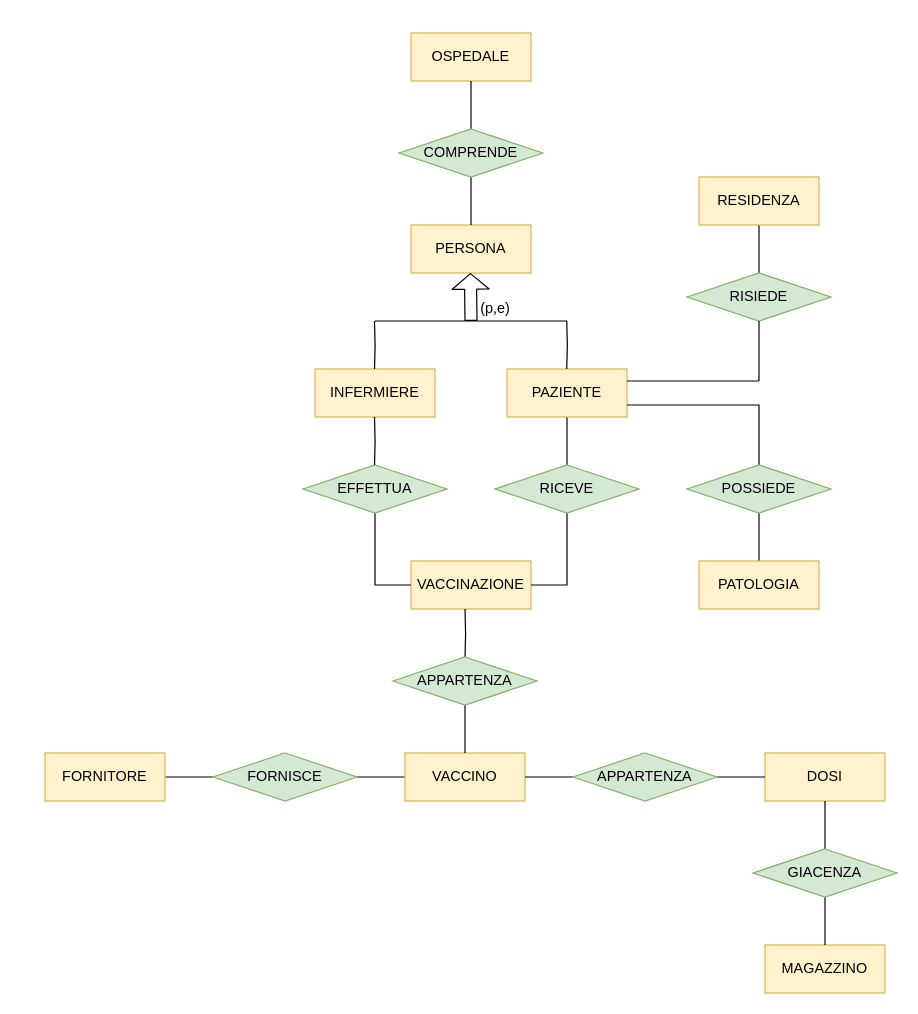
luigi-borriello00/Vaccinations-Tracker keeps this draw.io diagram as Diagrammi E-R/Schema finale.drawio. Above is the earlier version. Source tidied: cells renumbered, new cells numbered last; positions are measured from the earlier drawing's top-left corner, leaving out a move shared by most shapes. Both pictures are drawn from the tidied source at 120%, with x=0, y=0 at pixel (44, 32).
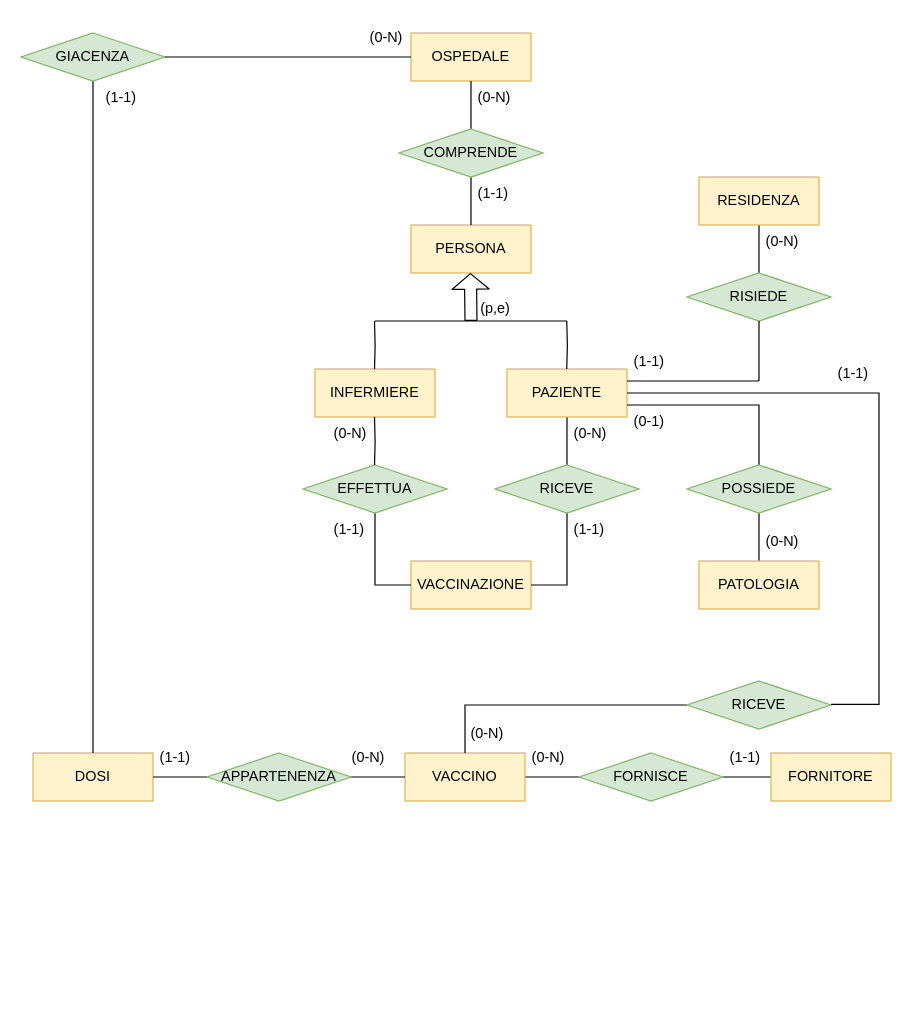
The same diagram, later.

Unchanged cells that the change refers to:
```xml
<mxCell id="3" value="&lt;font style=&quot;font-size: 12px&quot;&gt;OSPEDALE&lt;/font&gt;" style="whiteSpace=wrap;html=1;align=center;fontSize=9;fillColor=#fff2cc;strokeColor=#d6b656;" parent="1" vertex="1">
  <mxGeometry x="305" width="100" height="40" as="geometry" />
</mxCell>
<mxCell id="23" value="&lt;font style=&quot;font-size: 12px&quot;&gt;VACCINO&lt;/font&gt;" style="whiteSpace=wrap;html=1;align=center;fontSize=9;fillColor=#fff2cc;strokeColor=#d6b656;" parent="1" vertex="1">
  <mxGeometry x="300" y="600" width="100" height="40" as="geometry" />
</mxCell>
```

Diff of the diagram source:
```diff
@@
-    <mxCell id="21" style="edgeStyle=orthogonalEdgeStyle;rounded=0;jettySize=auto;html=1;exitX=0.5;exitY=1;exitDx=0;exitDy=0;entryX=0.5;entryY=0;entryDx=0;entryDy=0;endArrow=none;endFill=0;" parent="1" edge="1" target="29">
-      <mxGeometry relative="1" as="geometry">
-        <mxPoint x="350" y="480" as="sourcePoint" />
-      </mxGeometry>
-    </mxCell>
@@
     <mxCell id="25" value="&lt;font style=&quot;font-size: 12px&quot;&gt;FORNITORE&lt;/font&gt;" style="whiteSpace=wrap;html=1;align=center;fontSize=9;fillColor=#fff2cc;strokeColor=#d6b656;" parent="1" vertex="1">
-      <mxGeometry y="600" width="100" height="40" as="geometry" />
+      <mxGeometry x="605" y="600" width="100" height="40" as="geometry" />
     </mxCell>
-    <mxCell id="26" value="&lt;font style=&quot;font-size: 12px&quot;&gt;MAGAZZINO&lt;/font&gt;" style="whiteSpace=wrap;html=1;align=center;fontSize=9;fillColor=#fff2cc;strokeColor=#d6b656;" parent="1" vertex="1">
-      <mxGeometry x="600" y="760" width="100" height="40" as="geometry" />
-    </mxCell>
     <mxCell id="27" value="DOSI" style="whiteSpace=wrap;html=1;align=center;fillColor=#fff2cc;strokeColor=#d6b656;" parent="1" vertex="1">
-      <mxGeometry x="600" y="600" width="100" height="40" as="geometry" />
+      <mxGeometry x="-10" y="600" width="100" height="40" as="geometry" />
     </mxCell>
     <mxCell id="28" style="edgeStyle=orthogonalEdgeStyle;rounded=0;jettySize=auto;html=1;endArrow=none;endFill=0;" parent="1" edge="1" source="29" target="23">
-      <mxGeometry relative="1" as="geometry" />
+      <mxGeometry relative="1" as="geometry">
+        <Array as="points">
+          <mxPoint x="350" y="560" />
+        </Array>
+      </mxGeometry>
     </mxCell>
-    <mxCell id="29" value="APPARTENZA" style="shape=rhombus;perimeter=rhombusPerimeter;whiteSpace=wrap;html=1;align=center;fillColor=#d5e8d4;strokeColor=#82b366;" parent="1" vertex="1">
-      <mxGeometry x="290" y="520" width="120" height="40" as="geometry" />
+    <mxCell id="29" value="RICEVE" style="shape=rhombus;perimeter=rhombusPerimeter;whiteSpace=wrap;html=1;align=center;fillColor=#d5e8d4;strokeColor=#82b366;" parent="1" vertex="1">
+      <mxGeometry x="535" y="540" width="120" height="40" as="geometry" />
     </mxCell>
     <mxCell id="30" value="FORNISCE" style="shape=rhombus;perimeter=rhombusPerimeter;whiteSpace=wrap;html=1;align=center;fillColor=#d5e8d4;strokeColor=#82b366;" parent="1" vertex="1">
-      <mxGeometry x="140" y="600" width="120" height="40" as="geometry" />
+      <mxGeometry x="445" y="600" width="120" height="40" as="geometry" />
     </mxCell>
@@
-    <mxCell id="33" value="APPARTENZA" style="shape=rhombus;perimeter=rhombusPerimeter;whiteSpace=wrap;html=1;align=center;fillColor=#d5e8d4;strokeColor=#82b366;" parent="1" vertex="1">
-      <mxGeometry x="440" y="600" width="120" height="40" as="geometry" />
+    <mxCell id="33" value="APPARTENENZA" style="shape=rhombus;perimeter=rhombusPerimeter;whiteSpace=wrap;html=1;align=center;fillColor=#d5e8d4;strokeColor=#82b366;" parent="1" vertex="1">
+      <mxGeometry x="135" y="600" width="120" height="40" as="geometry" />
     </mxCell>
-    <mxCell id="34" style="edgeStyle=orthogonalEdgeStyle;rounded=0;jettySize=auto;html=1;endArrow=none;endFill=0;" parent="1" edge="1" source="36" target="26">
-      <mxGeometry relative="1" as="geometry" />
-    </mxCell>
@@
     <mxCell id="36" value="GIACENZA" style="shape=rhombus;perimeter=rhombusPerimeter;whiteSpace=wrap;html=1;align=center;fillColor=#d5e8d4;strokeColor=#82b366;" parent="1" vertex="1">
-      <mxGeometry x="590" y="680" width="120" height="40" as="geometry" />
+      <mxGeometry x="-20" width="120" height="40" as="geometry" />
     </mxCell>
@@
+    <mxCell id="46" style="endArrow=none;html=1;entryX=0;entryY=0.5;entryDx=0;entryDy=0;" parent="1" edge="1" target="3">
+      <mxGeometry relative="1" as="geometry">
+        <mxPoint x="100" y="20" as="sourcePoint" />
+      </mxGeometry>
+    </mxCell>
+    <mxCell id="47" value="(0-N)" style="text;strokeColor=none;fillColor=none;spacingLeft=4;spacingRight=4;overflow=hidden;fontSize=12;" parent="1" vertex="1">
+      <mxGeometry x="265" y="-10" width="40" height="30" as="geometry" />
+    </mxCell>
+    <mxCell id="48" value="(1-1)" style="text;strokeColor=none;fillColor=none;spacingLeft=4;spacingRight=4;overflow=hidden;fontSize=12;" parent="1" vertex="1">
+      <mxGeometry x="45" y="40" width="40" height="30" as="geometry" />
+    </mxCell>
+    <mxCell id="49" value="(1-1)" style="text;strokeColor=none;fillColor=none;spacingLeft=4;spacingRight=4;overflow=hidden;fontSize=12;" parent="1" vertex="1">
+      <mxGeometry x="90" y="590" width="40" height="30" as="geometry" />
+    </mxCell>
+    <mxCell id="50" value="(0-N)" style="text;strokeColor=none;fillColor=none;spacingLeft=4;spacingRight=4;overflow=hidden;fontSize=12;" parent="1" vertex="1">
+      <mxGeometry x="250" y="590" width="40" height="30" as="geometry" />
+    </mxCell>
+    <mxCell id="51" value="(0-N)" style="text;strokeColor=none;fillColor=none;spacingLeft=4;spacingRight=4;overflow=hidden;fontSize=12;" parent="1" vertex="1">
+      <mxGeometry x="349" y="570" width="40" height="30" as="geometry" />
+    </mxCell>
+    <mxCell id="52" value="(0-N)" style="text;strokeColor=none;fillColor=none;spacingLeft=4;spacingRight=4;overflow=hidden;fontSize=12;" parent="1" vertex="1">
+      <mxGeometry x="400" y="590" width="40" height="30" as="geometry" />
+    </mxCell>
+    <mxCell id="53" value="(1-1)" style="text;strokeColor=none;fillColor=none;spacingLeft=4;spacingRight=4;overflow=hidden;fontSize=12;" parent="1" vertex="1">
+      <mxGeometry x="655" y="270" width="40" height="30" as="geometry" />
+    </mxCell>
+    <mxCell id="54" value="(1-1)" style="text;strokeColor=none;fillColor=none;spacingLeft=4;spacingRight=4;overflow=hidden;fontSize=12;" parent="1" vertex="1">
+      <mxGeometry x="565" y="590" width="40" height="30" as="geometry" />
+    </mxCell>
+    <mxCell id="55" value="(1-1)" style="text;strokeColor=none;fillColor=none;spacingLeft=4;spacingRight=4;overflow=hidden;fontSize=12;" parent="1" vertex="1">
+      <mxGeometry x="355" y="120" width="40" height="30" as="geometry" />
+    </mxCell>
+    <mxCell id="56" value="(0-N)" style="text;strokeColor=none;fillColor=none;spacingLeft=4;spacingRight=4;overflow=hidden;fontSize=12;" parent="1" vertex="1">
+      <mxGeometry x="355" y="40" width="40" height="30" as="geometry" />
+    </mxCell>
+    <mxCell id="57" value="(0-N)" style="text;strokeColor=none;fillColor=none;spacingLeft=4;spacingRight=4;overflow=hidden;fontSize=12;" parent="1" vertex="1">
+      <mxGeometry x="235" y="320" width="40" height="30" as="geometry" />
+    </mxCell>
+    <mxCell id="58" value="(0-N)" style="text;strokeColor=none;fillColor=none;spacingLeft=4;spacingRight=4;overflow=hidden;fontSize=12;" parent="1" vertex="1">
+      <mxGeometry x="435" y="320" width="40" height="30" as="geometry" />
+    </mxCell>
+    <mxCell id="59" value="(1-1)" style="text;strokeColor=none;fillColor=none;spacingLeft=4;spacingRight=4;overflow=hidden;fontSize=12;" parent="1" vertex="1">
+      <mxGeometry x="235" y="400" width="40" height="30" as="geometry" />
+    </mxCell>
+    <mxCell id="60" value="(1-1)" style="text;strokeColor=none;fillColor=none;spacingLeft=4;spacingRight=4;overflow=hidden;fontSize=12;" parent="1" vertex="1">
+      <mxGeometry x="435" y="400" width="40" height="30" as="geometry" />
+    </mxCell>
+    <mxCell id="61" value="(1-1)" style="text;strokeColor=none;fillColor=none;spacingLeft=4;spacingRight=4;overflow=hidden;fontSize=12;" parent="1" vertex="1">
+      <mxGeometry x="485" y="260" width="40" height="30" as="geometry" />
+    </mxCell>
+    <mxCell id="62" value="(0-N)" style="text;strokeColor=none;fillColor=none;spacingLeft=4;spacingRight=4;overflow=hidden;fontSize=12;" parent="1" vertex="1">
+      <mxGeometry x="595" y="160" width="40" height="30" as="geometry" />
+    </mxCell>
+    <mxCell id="63" value="(0-N)" style="text;strokeColor=none;fillColor=none;spacingLeft=4;spacingRight=4;overflow=hidden;fontSize=12;" parent="1" vertex="1">
+      <mxGeometry x="595" y="410" width="40" height="30" as="geometry" />
+    </mxCell>
+    <mxCell id="64" value="(0-1)" style="text;strokeColor=none;fillColor=none;spacingLeft=4;spacingRight=4;overflow=hidden;fontSize=12;" parent="1" vertex="1">
+      <mxGeometry x="485" y="310" width="40" height="30" as="geometry" />
+    </mxCell>
+    <mxCell id="65" style="edgeStyle=orthogonalEdgeStyle;rounded=0;orthogonalLoop=1;jettySize=auto;html=1;endArrow=none;endFill=0;" parent="1" edge="1">
+      <mxGeometry relative="1" as="geometry">
+        <mxPoint x="695" y="560" as="sourcePoint" />
+        <mxPoint x="485" y="300" as="targetPoint" />
+        <Array as="points">
+          <mxPoint x="695" y="350" />
+          <mxPoint x="695" y="300" />
+        </Array>
+      </mxGeometry>
+    </mxCell>
+    <mxCell id="66" style="endArrow=none;html=1;" parent="1" edge="1">
+      <mxGeometry relative="1" as="geometry">
+        <mxPoint x="655" y="559.5" as="sourcePoint" />
+        <mxPoint x="695" y="559.5" as="targetPoint" />
+      </mxGeometry>
+    </mxCell>
```
